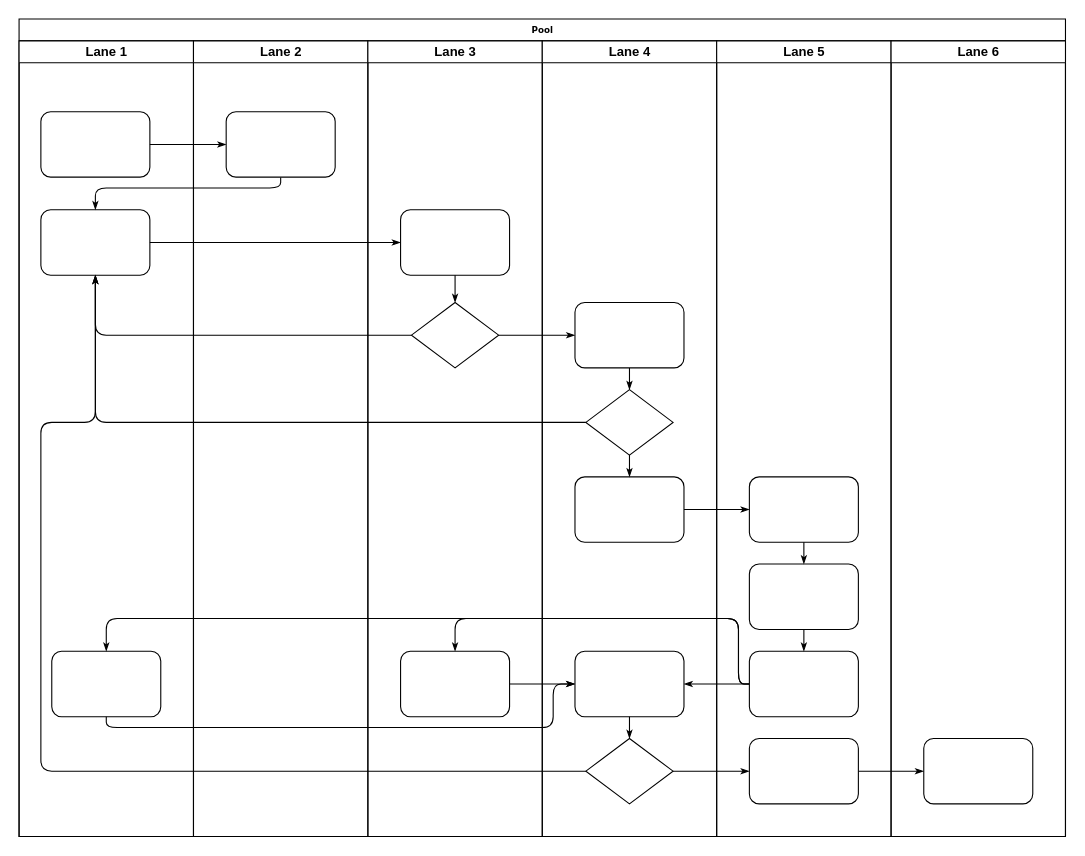
This is Диаграмма без названия.drawio from pxlmady/uml, a draw.io file, before an edit. Source tidied: cells renumbered, new cells numbered last; positions are measured from the earlier drawing's top-left corner, leaving out a move shared by most shapes. Both pictures are drawn from the tidied source at 109%, with x=0, y=0 at pixel (19, 19).
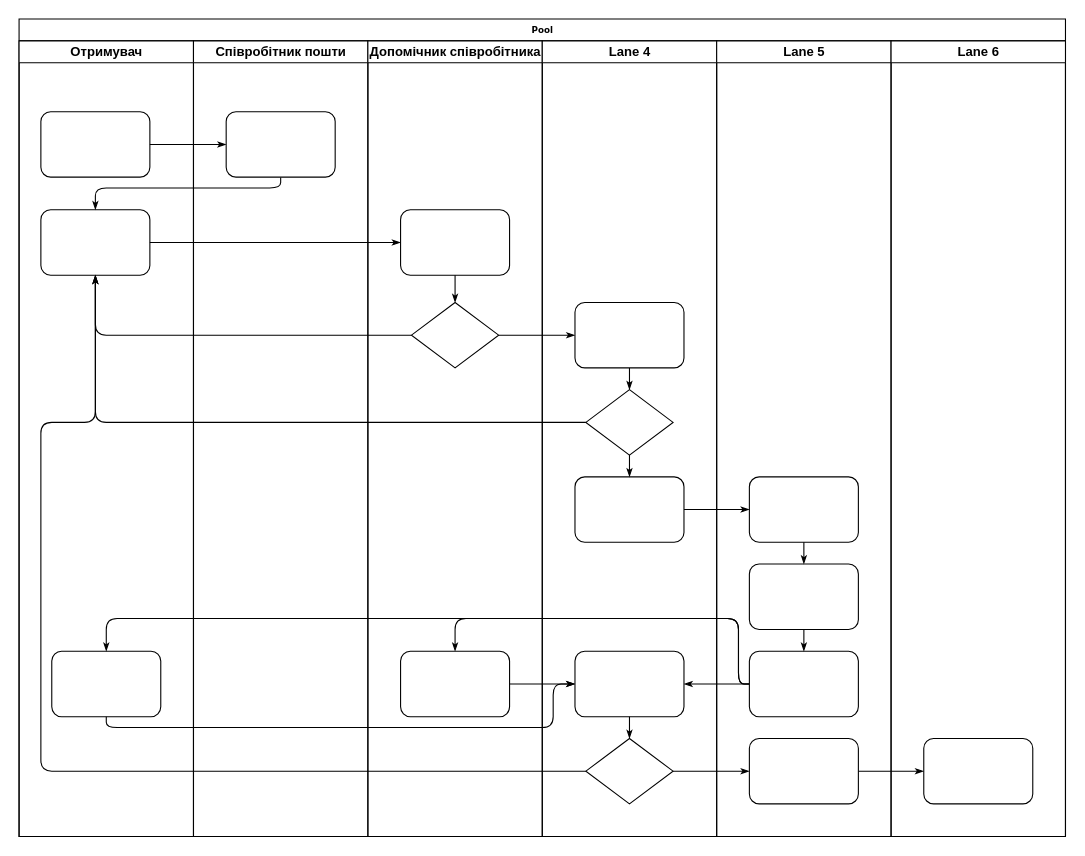
Above is the later version.

Unchanged cells that the change refers to:
```xml
<mxCell id="2" value="Pool" style="swimlane;html=1;startSize=20;rounded=0;shadow=0;labelBackgroundColor=none;strokeWidth=1;fontFamily=Verdana;fontSize=8;align=center;" parent="1" vertex="1">
  <mxGeometry width="960" height="750" as="geometry" />
</mxCell>
```

Diff of the diagram source:
```diff
@@
-    <mxCell id="3" value="Lane 1" style="swimlane;html=1;startSize=20;" parent="2" vertex="1">
+    <mxCell id="3" value="Отримувач" style="swimlane;html=1;startSize=20;" parent="2" vertex="1">
       <mxGeometry y="20" width="160" height="730" as="geometry" />
     </mxCell>
@@
-    <mxCell id="22" value="Lane 2" style="swimlane;html=1;startSize=20;" parent="2" vertex="1">
+    <mxCell id="22" value="Співробітник пошти" style="swimlane;html=1;startSize=20;" parent="2" vertex="1">
       <mxGeometry x="160" y="20" width="160" height="730" as="geometry" />
     </mxCell>
@@
-    <mxCell id="24" value="Lane 3" style="swimlane;html=1;startSize=20;" parent="2" vertex="1">
+    <mxCell id="24" value="Допомічник співробітника" style="swimlane;html=1;startSize=20;" parent="2" vertex="1">
       <mxGeometry x="320" y="20" width="160" height="730" as="geometry" />
     </mxCell>
```
